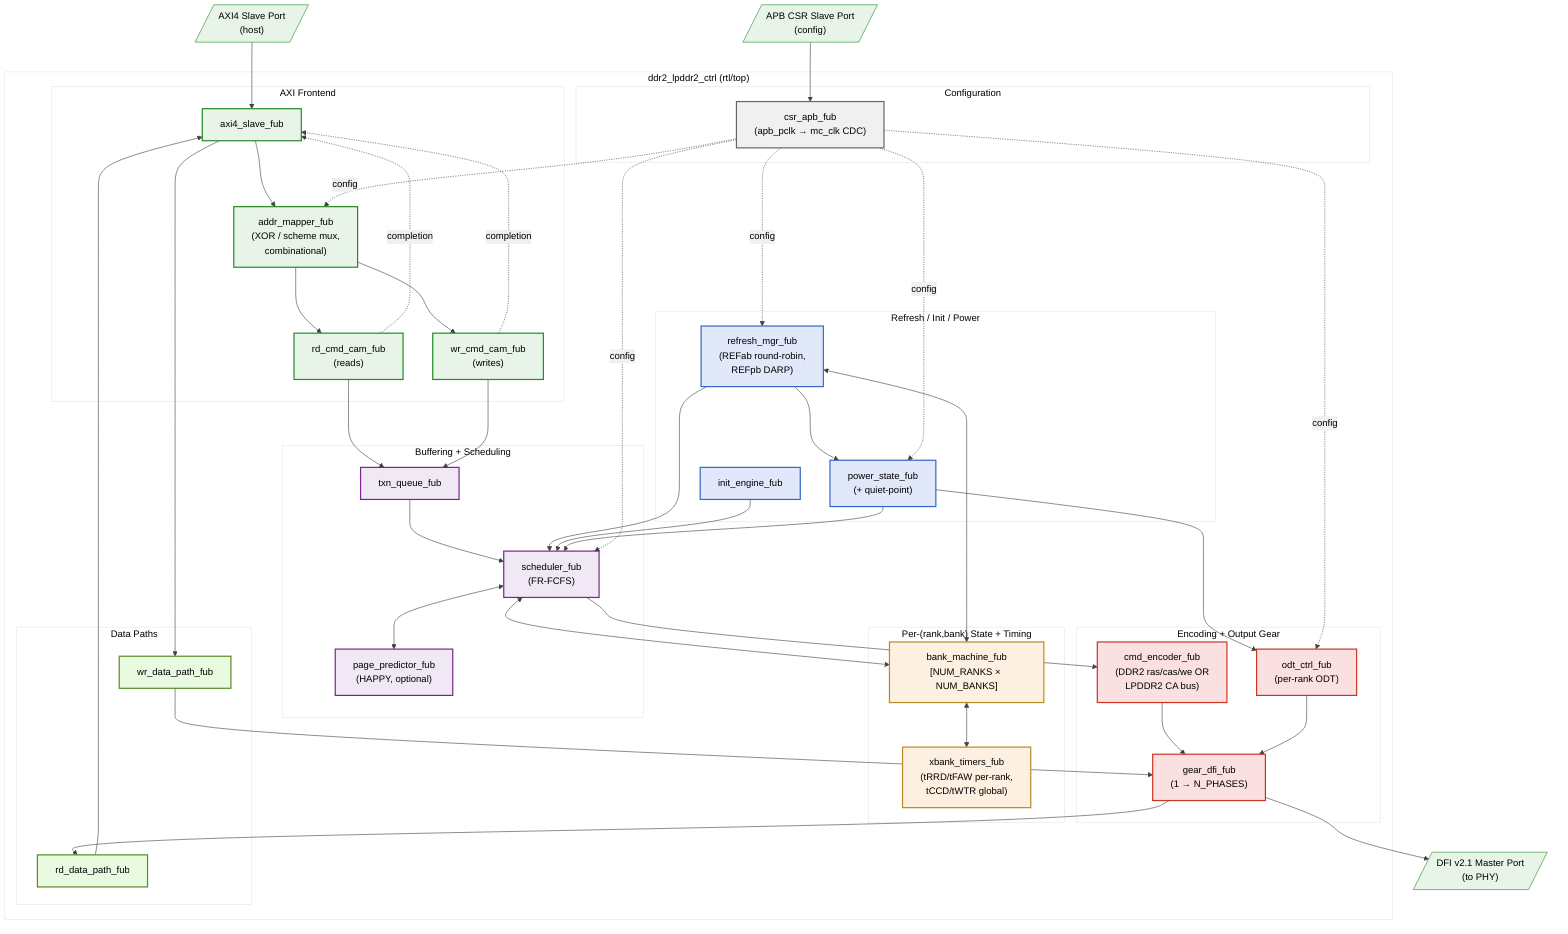
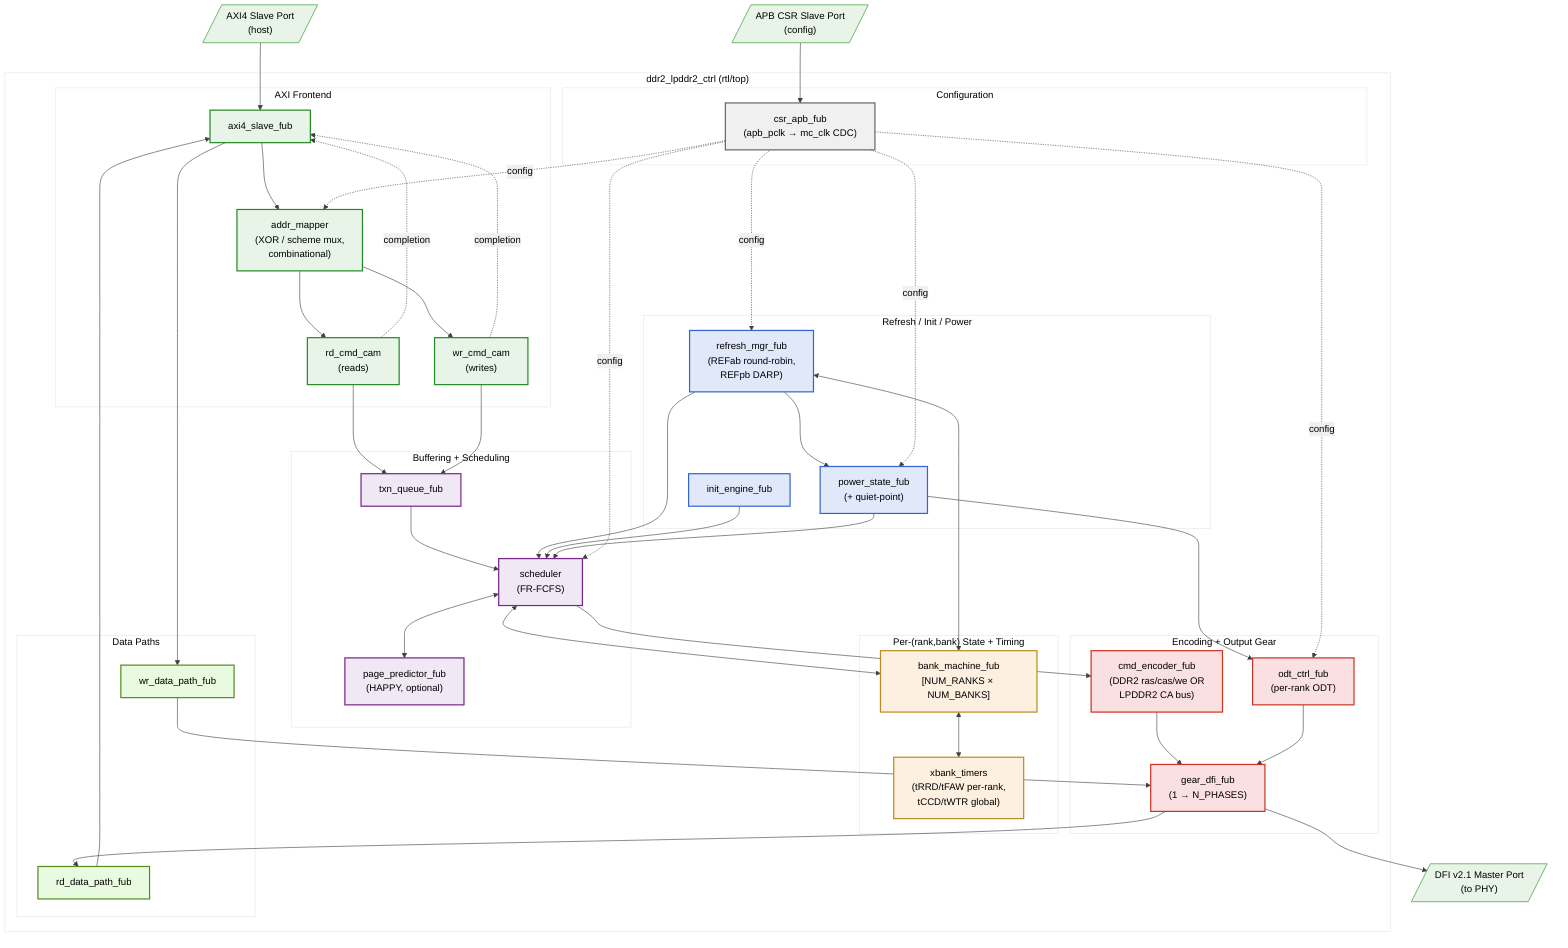
%%{init: {'theme': 'base', 'themeVariables': { 'primaryColor': '#e8f4e8', 'primaryTextColor': '#000', 'primaryBorderColor': '#228B22', 'lineColor': '#404040', 'secondaryColor': '#f0f0f0', 'tertiaryColor': '#fff'}}}%%
flowchart TB
    subgraph TOP["ddr2_lpddr2_ctrl (rtl/top)"]

        subgraph FRONT["AXI Frontend"]
            axi4_slave["axi4_slave_fub"]
-             addr_mapper["addr_mapper_fub<br/>(XOR / scheme mux,<br/>combinational)"]
-             rd_cam["rd_cmd_cam_fub<br/>(reads)"]
-             wr_cam["wr_cmd_cam_fub<br/>(writes)"]
+             addr_mapper["addr_mapper<br/>(XOR / scheme mux,<br/>combinational)"]
+             rd_cam["rd_cmd_cam<br/>(reads)"]
+             wr_cam["wr_cmd_cam<br/>(writes)"]
        end

        subgraph SCHED["Buffering + Scheduling"]
            txn_queue["txn_queue_fub"]
-             scheduler["scheduler_fub<br/>(FR-FCFS)"]
+             scheduler["scheduler<br/>(FR-FCFS)"]
            page_predictor["page_predictor_fub<br/>(HAPPY, optional)"]
        end

        subgraph BANKS["Per-(rank,bank) State + Timing"]
            bank_machines["bank_machine_fub<br/>[NUM_RANKS × NUM_BANKS]"]
-             xbank_timers["xbank_timers_fub<br/>(tRRD/tFAW per-rank,<br/>tCCD/tWTR global)"]
+             xbank_timers["xbank_timers<br/>(tRRD/tFAW per-rank,<br/>tCCD/tWTR global)"]
        end

        subgraph REFPWR["Refresh / Init / Power"]
            refresh_mgr["refresh_mgr_fub<br/>(REFab round-robin,<br/>REFpb DARP)"]
            init_engine["init_engine_fub"]
            power_state["power_state_fub<br/>(+ quiet-point)"]
        end

        subgraph ENC["Encoding + Output Gear"]
            cmd_encoder["cmd_encoder_fub<br/>(DDR2 ras/cas/we OR<br/>LPDDR2 CA bus)"]
            gear_dfi["gear_dfi_fub<br/>(1 → N_PHASES)"]
            odt_ctrl["odt_ctrl_fub<br/>(per-rank ODT)"]
        end

        subgraph DATA["Data Paths"]
            wr_data["wr_data_path_fub"]
            rd_data["rd_data_path_fub"]
        end

        subgraph CFG["Configuration"]
            csr_apb["csr_apb_fub<br/>(apb_pclk → mc_clk CDC)"]
        end

    end

    AXI[/"AXI4 Slave Port<br/>(host)"/] --> axi4_slave
    axi4_slave --> addr_mapper
    addr_mapper --> rd_cam
    addr_mapper --> wr_cam
    rd_cam --> txn_queue
    wr_cam --> txn_queue
    txn_queue --> scheduler
    scheduler <--> page_predictor
    scheduler <--> bank_machines
    bank_machines <--> xbank_timers
    refresh_mgr <--> bank_machines
    refresh_mgr --> scheduler
    init_engine --> scheduler
    power_state --> scheduler
    refresh_mgr --> power_state
    scheduler --> cmd_encoder
    cmd_encoder --> gear_dfi
    odt_ctrl --> gear_dfi
    power_state --> odt_ctrl
    wr_data --> gear_dfi
    gear_dfi --> rd_data
    axi4_slave --> wr_data
    rd_data --> axi4_slave
    rd_cam -.completion.-> axi4_slave
    wr_cam -.completion.-> axi4_slave
    gear_dfi --> DFI[/"DFI v2.1 Master Port<br/>(to PHY)"/]
    csr_apb -.config.-> scheduler
    csr_apb -.config.-> refresh_mgr
    csr_apb -.config.-> addr_mapper
    csr_apb -.config.-> power_state
    csr_apb -.config.-> odt_ctrl
    APB[/"APB CSR Slave Port<br/>(config)"/] --> csr_apb

    classDef frontend fill:#e8f4e8,stroke:#228B22,stroke-width:2px
    classDef sched fill:#f0e8f4,stroke:#7B228B,stroke-width:2px
    classDef banks fill:#fef0e0,stroke:#B88B22,stroke-width:2px
    classDef refpwr fill:#e0e8fa,stroke:#3366CC,stroke-width:2px
    classDef enc fill:#fae0e0,stroke:#CC3322,stroke-width:2px
    classDef data fill:#e8fae0,stroke:#558B22,stroke-width:2px
    classDef cfg fill:#f0f0f0,stroke:#666666,stroke-width:2px

    class axi4_slave,addr_mapper,rd_cam,wr_cam frontend
    class txn_queue,scheduler,page_predictor sched
    class bank_machines,xbank_timers banks
    class refresh_mgr,init_engine,power_state refpwr
    class cmd_encoder,gear_dfi,odt_ctrl enc
    class wr_data,rd_data data
    class csr_apb cfg
